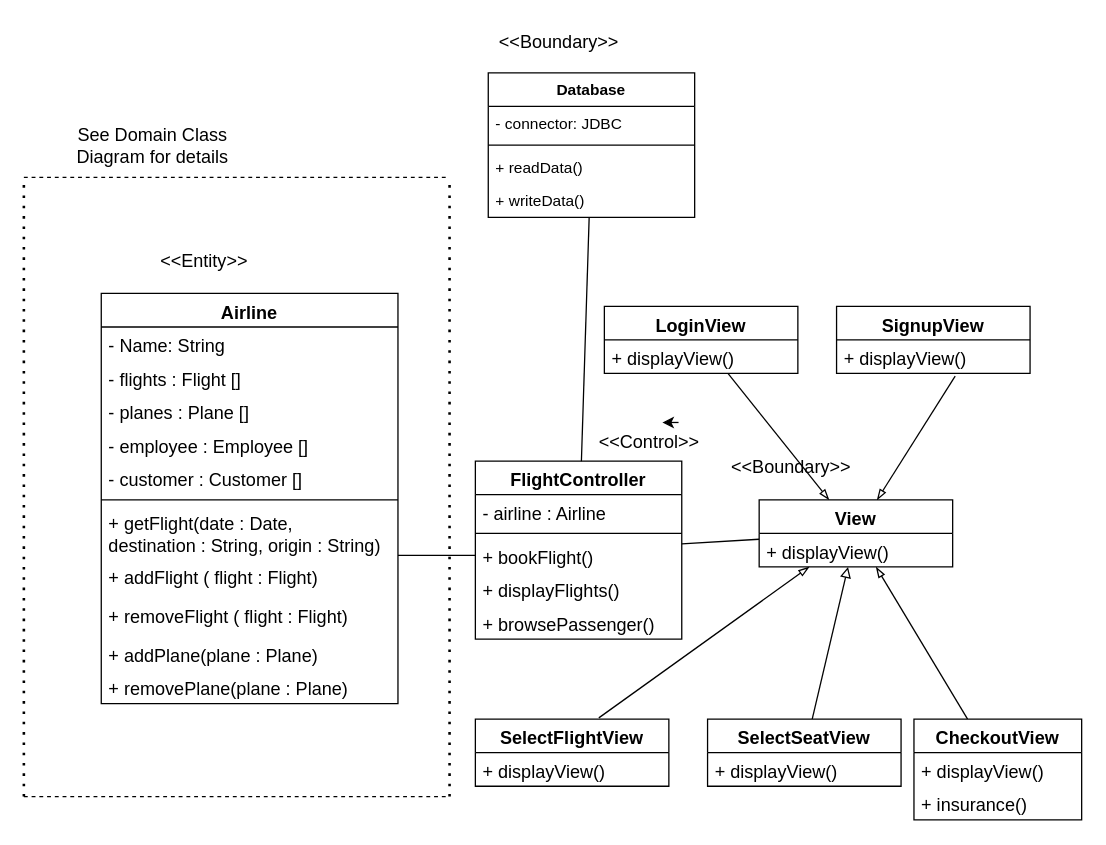
This is P3_Package_Diagram/detail_class_diagram.drawio from ESDiep/FlightReservationProject, a draw.io file, before an edit. Source tidied: cells renumbered, new cells numbered last; positions are measured from the earlier drawing's top-left corner, leaving out a move shared by most shapes. Both pictures are drawn from the tidied source at 129%, with x=0, y=0 at pixel (23, 22).
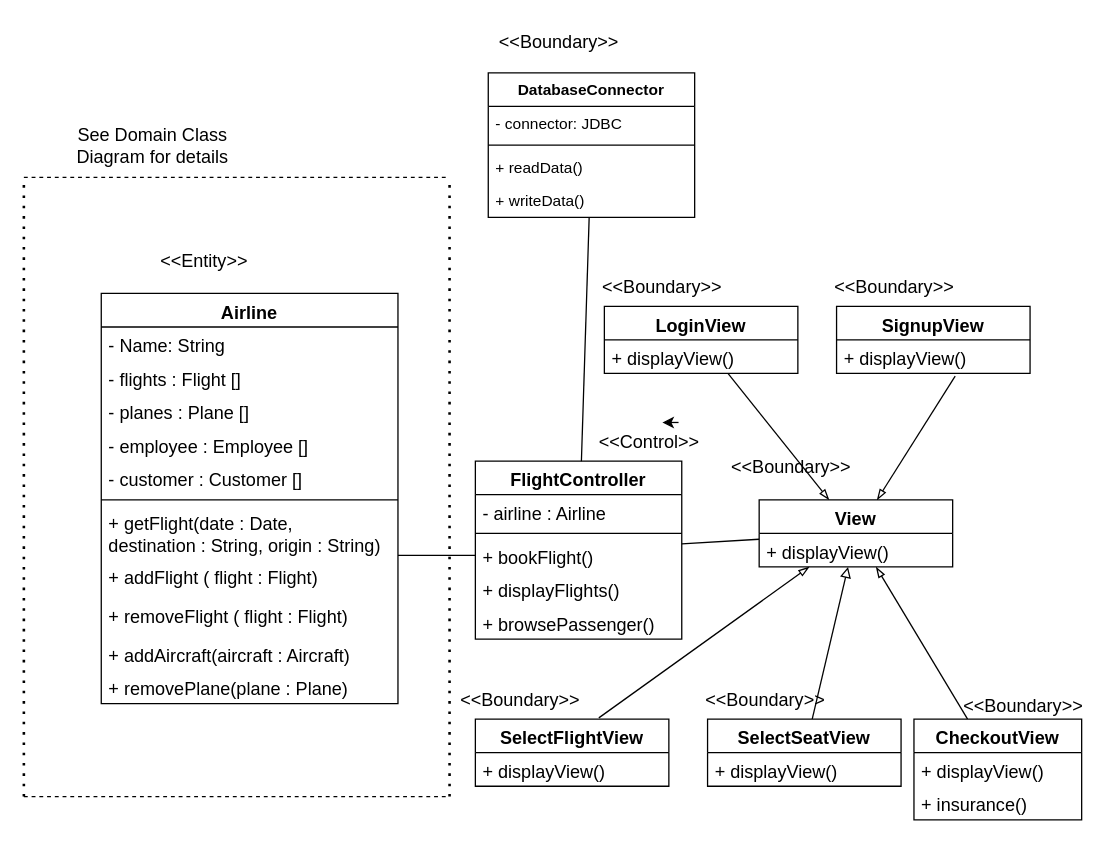
Above is the later version.

The change refers to these unchanged cells:
```xml
<mxCell id="2" value="Airline" style="swimlane;fontStyle=1;align=center;verticalAlign=top;horizontal=1;startSize=26;fontSize=14;" parent="1" vertex="1">
  <mxGeometry x="60" y="210" width="230" height="318" as="geometry" />
</mxCell>
```

The edit, as a diff of the source:
```diff
@@
-    <mxCell id="12" value="+ addPlane(plane : Plane)" style="text;strokeColor=none;fillColor=none;align=left;verticalAlign=top;spacingLeft=4;spacingRight=4;overflow=hidden;fontSize=14;" parent="2" vertex="1">
+    <mxCell id="12" value="+ addAircraft(aircraft : Aircraft)" style="text;strokeColor=none;fillColor=none;align=left;verticalAlign=top;spacingLeft=4;spacingRight=4;overflow=hidden;fontSize=14;" parent="2" vertex="1">
       <mxGeometry y="266" width="230" height="26" as="geometry" />
     </mxCell>
@@
-    <mxCell id="50" value="Database" style="swimlane;fontStyle=1;align=center;verticalAlign=top;horizontal=1;startSize=26;" parent="1" vertex="1">
+    <mxCell id="50" value="DatabaseConnector" style="swimlane;fontStyle=1;align=center;verticalAlign=top;horizontal=1;startSize=26;" parent="1" vertex="1">
       <mxGeometry x="360" y="39" width="160" height="112" as="geometry" />
     </mxCell>
@@
+    <mxCell id="56" value="&amp;lt;&amp;lt;Boundary&amp;gt;&amp;gt;" style="text;strokeColor=none;align=center;fillColor=none;html=1;verticalAlign=middle;whiteSpace=wrap;rounded=0;fontSize=14;" parent="1" vertex="1">
+      <mxGeometry x="450" y="190" width="90" height="30" as="geometry" />
+    </mxCell>
+    <mxCell id="57" value="&amp;lt;&amp;lt;Boundary&amp;gt;&amp;gt;" style="text;strokeColor=none;align=center;fillColor=none;html=1;verticalAlign=middle;whiteSpace=wrap;rounded=0;fontSize=14;" parent="1" vertex="1">
+      <mxGeometry x="630" y="190" width="90" height="30" as="geometry" />
+    </mxCell>
+    <mxCell id="58" value="&amp;lt;&amp;lt;Boundary&amp;gt;&amp;gt;" style="text;strokeColor=none;align=center;fillColor=none;html=1;verticalAlign=middle;whiteSpace=wrap;rounded=0;fontSize=14;" parent="1" vertex="1">
+      <mxGeometry x="340" y="510" width="90" height="30" as="geometry" />
+    </mxCell>
+    <mxCell id="59" value="&amp;lt;&amp;lt;Boundary&amp;gt;&amp;gt;" style="text;strokeColor=none;align=center;fillColor=none;html=1;verticalAlign=middle;whiteSpace=wrap;rounded=0;fontSize=14;" parent="1" vertex="1">
+      <mxGeometry x="530" y="510" width="90" height="30" as="geometry" />
+    </mxCell>
+    <mxCell id="60" value="&amp;lt;&amp;lt;Boundary&amp;gt;&amp;gt;" style="text;strokeColor=none;align=center;fillColor=none;html=1;verticalAlign=middle;whiteSpace=wrap;rounded=0;fontSize=14;" parent="1" vertex="1">
+      <mxGeometry x="730" y="515" width="90" height="30" as="geometry" />
+    </mxCell>
```
